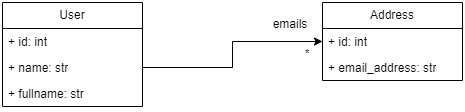
Above: part_5-misc/02_sqlalchemy/pics/user_address-one_to_many.png in sergiofgonzalez/python-workbench (draw.io), before the change. Source tidied: cells renumbered, new cells last; positions are measured from the earlier drawing's top-left corner, leaving out a move shared by most shapes.
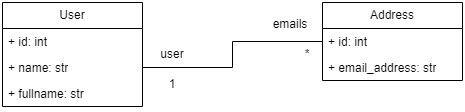
After the change.

The edit, as a diff of the source:
```diff
@@ -23,7 +23,7 @@
     <mxCell id="8" value="+ email_address: str" style="text;strokeColor=none;fillColor=none;align=left;verticalAlign=top;spacingLeft=4;spacingRight=4;overflow=hidden;whiteSpace=wrap;html=1;" parent="6" vertex="1">
       <mxGeometry y="52" width="140" height="26" as="geometry" />
     </mxCell>
-    <mxCell id="9" style="edgeStyle=orthogonalEdgeStyle;rounded=0;jettySize=auto;html=1;entryX=0;entryY=0.5;entryDx=0;entryDy=0;" parent="1" edge="1" source="4" target="7">
+    <mxCell id="9" style="edgeStyle=orthogonalEdgeStyle;rounded=0;jettySize=auto;html=1;entryX=0;entryY=0.5;entryDx=0;entryDy=0;endArrow=none;endFill=0;" parent="1" edge="1" source="4" target="7">
       <mxGeometry relative="1" as="geometry" />
     </mxCell>
     <mxCell id="10" value="*" style="text;html=1;align=center;verticalAlign=middle;whiteSpace=wrap;rounded=0;" parent="1" vertex="1">
@@ -32,5 +32,11 @@
     <mxCell id="11" value="emails" style="text;html=1;align=center;verticalAlign=middle;whiteSpace=wrap;rounded=0;" parent="1" vertex="1">
       <mxGeometry x="258" y="7" width="60" height="30" as="geometry" />
     </mxCell>
+    <mxCell id="12" value="user" style="text;html=1;align=center;verticalAlign=middle;whiteSpace=wrap;rounded=0;" parent="1" vertex="1">
+      <mxGeometry x="140" y="37" width="60" height="30" as="geometry" />
+    </mxCell>
+    <mxCell id="13" value="1" style="text;html=1;align=center;verticalAlign=middle;whiteSpace=wrap;rounded=0;" parent="1" vertex="1">
+      <mxGeometry x="160" y="67" width="20" height="30" as="geometry" />
+    </mxCell>
   </root>
 </mxGraphModel>
```
